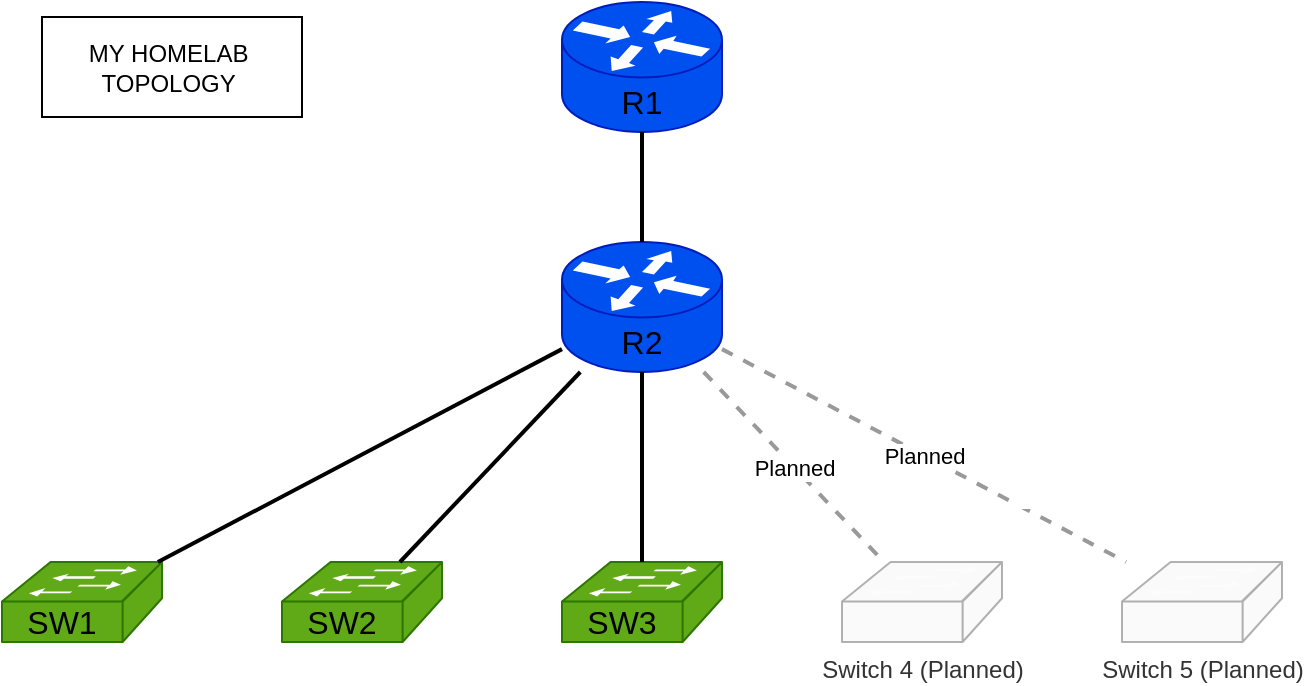
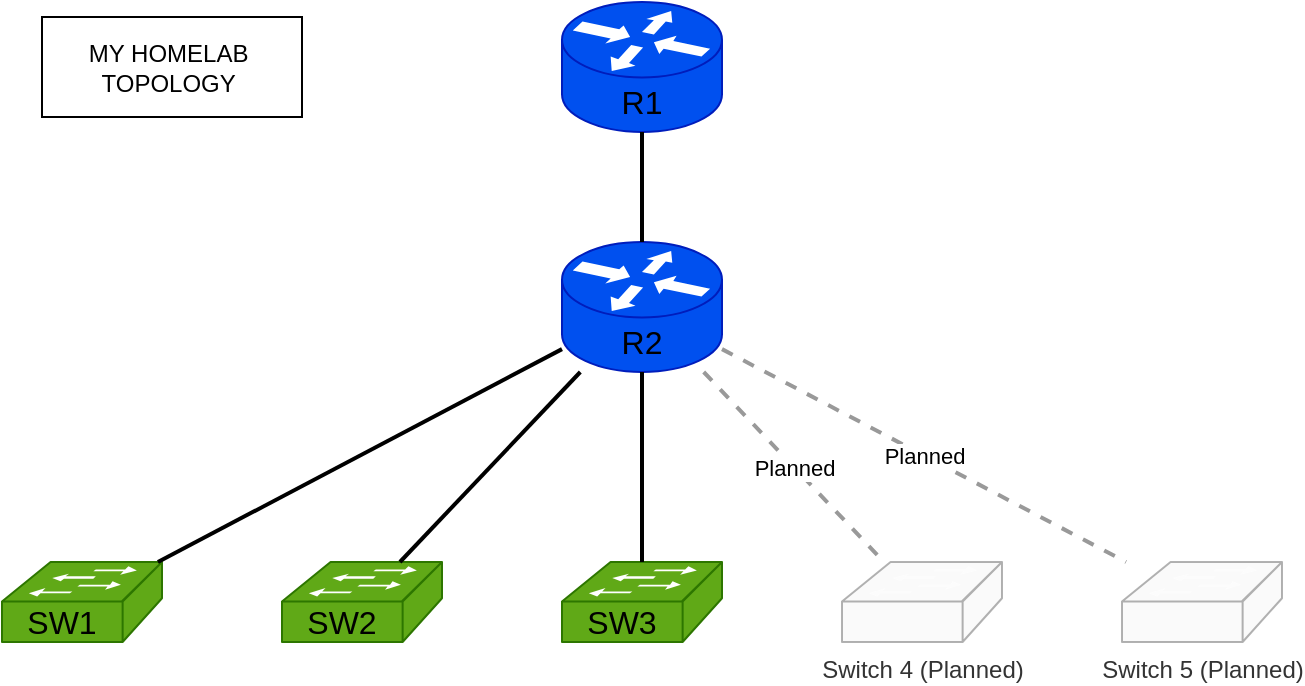
<mxfile host="app.diagrams.net">
  <diagram name="Page-1" id="3MgCfNu95vDcrpPl226B">
-     <mxGraphModel dx="739" dy="487" grid="1" gridSize="10" guides="1" tooltips="1" connect="1" arrows="1" fold="1" page="1" pageScale="1" pageWidth="850" pageHeight="1100" math="0" shadow="0">
+     <mxGraphModel dx="1023" dy="674" grid="1" gridSize="10" guides="1" tooltips="1" connect="1" arrows="1" fold="1" page="1" pageScale="1" pageWidth="850" pageHeight="1100" math="0" shadow="0">
      <root>
        <mxCell id="0" />
        <mxCell id="1" parent="0" />
        <mxCell id="USofJIjJ_PWCHfEqHJ_Q-2" parent="1" style="verticalLabelPosition=bottom;html=1;verticalAlign=top;aspect=fixed;align=center;pointerEvents=1;shape=mxgraph.cisco.routers.router;fillColor=#0050ef;strokeColor=#001DBC;fontColor=#ffffff;" value="Router 1 (Gateway)" vertex="1">
          <mxGeometry height="65" width="80" x="300" y="20" as="geometry" />
        </mxCell>
        <mxCell id="USofJIjJ_PWCHfEqHJ_Q-3" parent="1" style="verticalLabelPosition=bottom;html=1;verticalAlign=top;aspect=fixed;align=center;pointerEvents=1;shape=mxgraph.cisco.routers.router;fillColor=#0050ef;strokeColor=#001DBC;fontColor=#ffffff;" value="Router 2" vertex="1">
          <mxGeometry height="65" width="80" x="300" y="140" as="geometry" />
        </mxCell>
        <mxCell id="USofJIjJ_PWCHfEqHJ_Q-4" parent="1" style="verticalLabelPosition=bottom;html=1;verticalAlign=top;aspect=fixed;align=center;pointerEvents=1;shape=mxgraph.cisco.switches.workgroup_switch;fillColor=#60a917;strokeColor=#2D7600;fontColor=#ffffff;" value="Switch 1" vertex="1">
          <mxGeometry height="40" width="80" x="20" y="300" as="geometry" />
        </mxCell>
        <mxCell id="USofJIjJ_PWCHfEqHJ_Q-5" parent="1" style="verticalLabelPosition=bottom;html=1;verticalAlign=top;aspect=fixed;align=center;pointerEvents=1;shape=mxgraph.cisco.switches.workgroup_switch;fillColor=#60a917;strokeColor=#2D7600;fontColor=#ffffff;" value="Switch 2" vertex="1">
          <mxGeometry height="40" width="80" x="160" y="300" as="geometry" />
        </mxCell>
        <mxCell id="USofJIjJ_PWCHfEqHJ_Q-6" parent="1" style="verticalLabelPosition=bottom;html=1;verticalAlign=top;aspect=fixed;align=center;pointerEvents=1;shape=mxgraph.cisco.switches.workgroup_switch;fillColor=#60a917;strokeColor=#2D7600;fontColor=#ffffff;" value="Switch 3" vertex="1">
          <mxGeometry height="40" width="80" x="300" y="300" as="geometry" />
        </mxCell>
        <mxCell id="USofJIjJ_PWCHfEqHJ_Q-7" parent="1" style="verticalLabelPosition=bottom;html=1;verticalAlign=top;aspect=fixed;align=center;pointerEvents=1;shape=mxgraph.cisco.switches.workgroup_switch;fillColor=#f5f5f5;strokeColor=#666666;fontColor=#333333;opacity=50;" value="Switch 4 (Planned)" vertex="1">
          <mxGeometry height="40" width="80" x="440" y="300" as="geometry" />
        </mxCell>
        <mxCell id="USofJIjJ_PWCHfEqHJ_Q-8" parent="1" style="verticalLabelPosition=bottom;html=1;verticalAlign=top;aspect=fixed;align=center;pointerEvents=1;shape=mxgraph.cisco.switches.workgroup_switch;fillColor=#f5f5f5;strokeColor=#666666;fontColor=#333333;opacity=50;" value="Switch 5 (Planned)" vertex="1">
          <mxGeometry height="40" width="80" x="580" y="300" as="geometry" />
        </mxCell>
        <mxCell id="USofJIjJ_PWCHfEqHJ_Q-9" edge="1" parent="1" source="USofJIjJ_PWCHfEqHJ_Q-2" style="endArrow=none;html=1;strokeWidth=2;rounded=0;" target="USofJIjJ_PWCHfEqHJ_Q-3" value="">
          <mxGeometry height="50" relative="1" width="50" as="geometry" />
        </mxCell>
        <mxCell id="USofJIjJ_PWCHfEqHJ_Q-10" edge="1" parent="1" source="USofJIjJ_PWCHfEqHJ_Q-3" style="endArrow=none;html=1;strokeWidth=2;rounded=0;" target="USofJIjJ_PWCHfEqHJ_Q-4" value="">
          <mxGeometry height="50" relative="1" width="50" as="geometry" />
        </mxCell>
        <mxCell id="USofJIjJ_PWCHfEqHJ_Q-11" edge="1" parent="1" source="USofJIjJ_PWCHfEqHJ_Q-3" style="endArrow=none;html=1;strokeWidth=2;rounded=0;" target="USofJIjJ_PWCHfEqHJ_Q-5" value="">
          <mxGeometry height="50" relative="1" width="50" as="geometry" />
        </mxCell>
        <mxCell id="USofJIjJ_PWCHfEqHJ_Q-12" edge="1" parent="1" source="USofJIjJ_PWCHfEqHJ_Q-3" style="endArrow=none;html=1;strokeWidth=2;rounded=0;" target="USofJIjJ_PWCHfEqHJ_Q-6" value="">
          <mxGeometry height="50" relative="1" width="50" as="geometry" />
        </mxCell>
        <mxCell id="USofJIjJ_PWCHfEqHJ_Q-13" edge="1" parent="1" source="USofJIjJ_PWCHfEqHJ_Q-3" style="endArrow=none;html=1;strokeWidth=2;dashed=1;strokeColor=#999999;rounded=0;" target="USofJIjJ_PWCHfEqHJ_Q-7" value="Planned">
          <mxGeometry height="50" relative="1" width="50" as="geometry" />
        </mxCell>
        <mxCell id="USofJIjJ_PWCHfEqHJ_Q-14" edge="1" parent="1" source="USofJIjJ_PWCHfEqHJ_Q-3" style="endArrow=none;html=1;strokeWidth=2;dashed=1;strokeColor=#999999;rounded=0;" target="USofJIjJ_PWCHfEqHJ_Q-8" value="Planned">
          <mxGeometry height="50" relative="1" width="50" as="geometry" />
        </mxCell>
        <mxCell id="USofJIjJ_PWCHfEqHJ_Q-16" parent="1" style="rounded=0;whiteSpace=wrap;html=1;" value="MY HOMELAB&amp;nbsp;&lt;div&gt;TOPOLOGY&amp;nbsp;&lt;/div&gt;" vertex="1">
          <mxGeometry height="50" width="130" x="40" y="27.5" as="geometry" />
        </mxCell>
        <mxCell id="USofJIjJ_PWCHfEqHJ_Q-19" parent="1" style="text;html=1;whiteSpace=wrap;strokeColor=none;fillColor=none;align=center;verticalAlign=middle;rounded=0;fontSize=16;" value="R1" vertex="1">
          <mxGeometry height="30" width="60" x="310" y="55" as="geometry" />
        </mxCell>
        <mxCell id="USofJIjJ_PWCHfEqHJ_Q-20" parent="1" style="text;html=1;whiteSpace=wrap;strokeColor=none;fillColor=none;align=center;verticalAlign=middle;rounded=0;fontSize=16;" value="R2" vertex="1">
          <mxGeometry height="30" width="60" x="310" y="175" as="geometry" />
        </mxCell>
        <mxCell id="USofJIjJ_PWCHfEqHJ_Q-21" parent="1" style="text;html=1;whiteSpace=wrap;strokeColor=none;fillColor=none;align=center;verticalAlign=middle;rounded=0;fontSize=16;" value="SW1" vertex="1">
          <mxGeometry height="20" width="60" x="20" y="320" as="geometry" />
        </mxCell>
        <mxCell id="USofJIjJ_PWCHfEqHJ_Q-24" parent="1" style="text;html=1;whiteSpace=wrap;strokeColor=none;fillColor=none;align=center;verticalAlign=middle;rounded=0;fontSize=16;" value="SW2" vertex="1">
          <mxGeometry height="30" width="60" x="160" y="315" as="geometry" />
        </mxCell>
        <mxCell id="USofJIjJ_PWCHfEqHJ_Q-25" parent="1" style="text;html=1;whiteSpace=wrap;strokeColor=none;fillColor=none;align=center;verticalAlign=middle;rounded=0;fontSize=16;" value="SW3" vertex="1">
          <mxGeometry height="30" width="60" x="300" y="315" as="geometry" />
        </mxCell>
      </root>
    </mxGraphModel>
  </diagram>
</mxfile>
